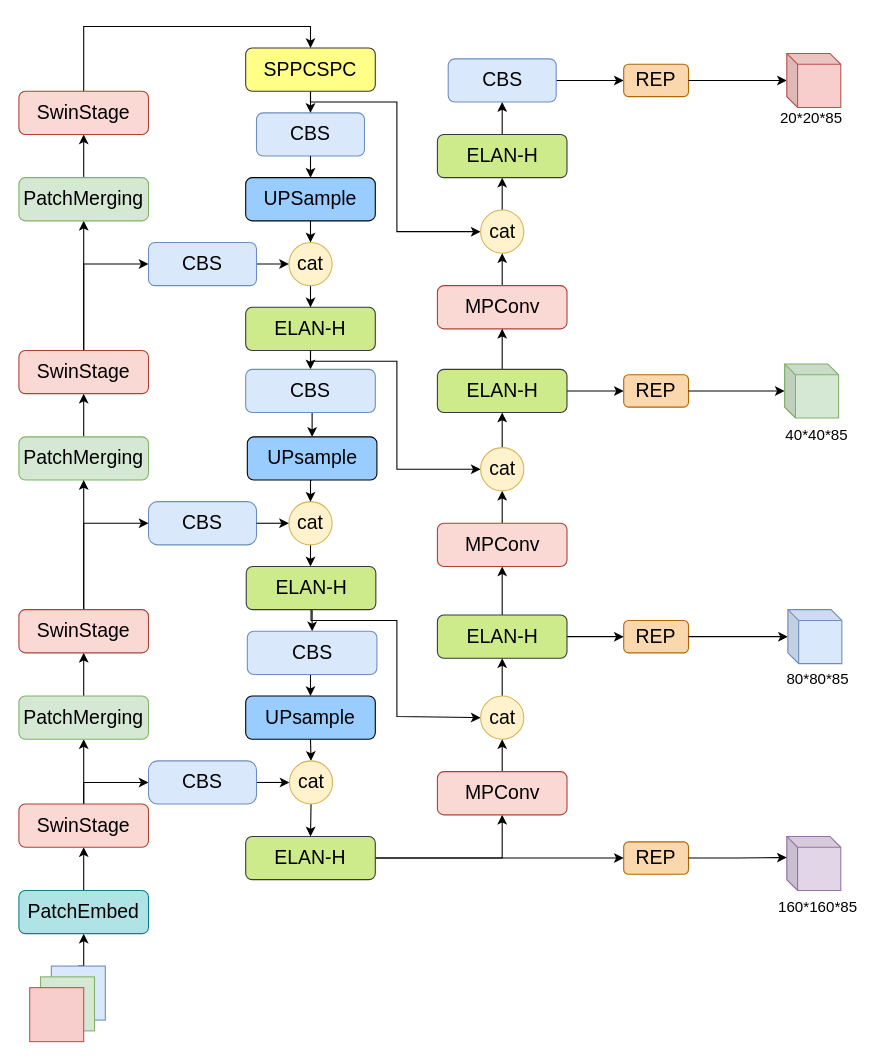
Above: yolov7_swin_fourhead.drawio in YANGJUNYAN0715/papers (draw.io), before the change. Source tidied: cells renumbered, new cells numbered last; positions are measured from the earlier drawing's top-left corner, leaving out a move shared by most shapes. Both pictures are drawn from the tidied source at 108%, with x=0, y=0 at pixel (18, 48).
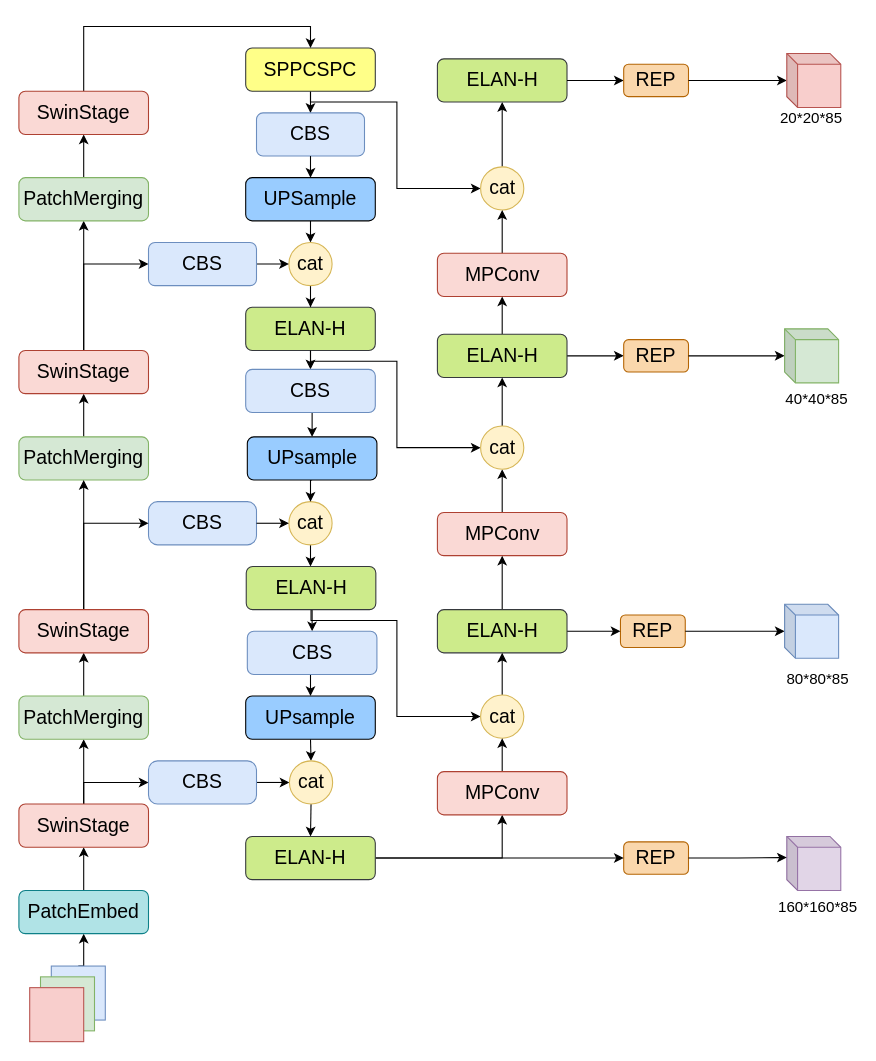
Above is the later version.

The change refers to these unchanged cells:
```xml
<mxCell id="22" value="&lt;font style=&quot;font-size: 18px;&quot;&gt;SPPCSPC&lt;/font&gt;" style="rounded=1;whiteSpace=wrap;html=1;fillColor=#ffff88;strokeColor=#36393d;" parent="1" vertex="1">
  <mxGeometry x="210" width="120" height="40" as="geometry" />
</mxCell>
<mxCell id="34" value="&lt;font style=&quot;font-size: 18px;&quot;&gt;ELAN-H&lt;/font&gt;" style="rounded=1;whiteSpace=wrap;html=1;fillColor=#cdeb8b;strokeColor=#36393d;" parent="1" vertex="1">
  <mxGeometry x="210" y="240" width="120" height="40" as="geometry" />
</mxCell>
<mxCell id="56" value="&lt;font style=&quot;font-size: 18px;&quot;&gt;REP&lt;/font&gt;" style="rounded=1;whiteSpace=wrap;html=1;fillColor=#fad7ac;strokeColor=#b46504;" parent="1" vertex="1">
  <mxGeometry x="560" y="15" width="60" height="30" as="geometry" />
</mxCell>
```

Diff of the diagram source:
```diff
@@
     <mxCell id="21" style="edgeStyle=orthogonalEdgeStyle;rounded=0;jettySize=auto;html=1;exitX=0.5;exitY=1;exitDx=0;exitDy=0;entryX=0;entryY=0.5;entryDx=0;entryDy=0;" parent="1" edge="1" source="22" target="42">
       <mxGeometry relative="1" as="geometry">
         <Array as="points">
           <mxPoint x="270" y="50" />
           <mxPoint x="350" y="50" />
-          <mxPoint x="350" y="170" />
+          <mxPoint x="350" y="130" />
         </Array>
       </mxGeometry>
     </mxCell>
@@
     <mxCell id="33" style="edgeStyle=orthogonalEdgeStyle;rounded=0;jettySize=auto;html=1;exitX=0.5;exitY=1;exitDx=0;exitDy=0;entryX=0;entryY=0.5;entryDx=0;entryDy=0;" parent="1" edge="1" source="34" target="51">
       <mxGeometry relative="1" as="geometry">
         <Array as="points">
           <mxPoint x="270" y="290" />
           <mxPoint x="350" y="290" />
-          <mxPoint x="350" y="390" />
+          <mxPoint x="350" y="370" />
         </Array>
       </mxGeometry>
     </mxCell>
@@
     <mxCell id="42" value="&lt;font style=&quot;font-size: 18px;&quot;&gt;cat&lt;/font&gt;" style="ellipse;whiteSpace=wrap;html=1;rounded=1;fillColor=#fff2cc;strokeColor=#d6b656;" parent="1" vertex="1">
-      <mxGeometry x="427.5" y="150" width="40" height="40" as="geometry" />
+      <mxGeometry x="427.5" y="110" width="40" height="40" as="geometry" />
     </mxCell>
@@
     <mxCell id="44" value="&lt;font style=&quot;font-size: 18px;&quot;&gt;MPConv&lt;/font&gt;" style="whiteSpace=wrap;html=1;rounded=1;fillColor=#fad9d5;strokeColor=#ae4132;" parent="1" vertex="1">
-      <mxGeometry x="387.5" y="220" width="120" height="40" as="geometry" />
+      <mxGeometry x="387.5" y="190" width="120" height="40" as="geometry" />
     </mxCell>
@@
     <mxCell id="47" value="&lt;font style=&quot;font-size: 18px;&quot;&gt;ELAN-H&lt;/font&gt;" style="whiteSpace=wrap;html=1;rounded=1;fillColor=#cdeb8b;strokeColor=#36393d;" parent="1" vertex="1">
-      <mxGeometry x="387.5" y="297.5" width="120" height="40" as="geometry" />
+      <mxGeometry x="387.5" y="265" width="120" height="40" as="geometry" />
     </mxCell>
@@
     <mxCell id="49" value="&lt;font style=&quot;font-size: 18px;&quot;&gt;MPConv&lt;/font&gt;" style="whiteSpace=wrap;html=1;rounded=1;fillColor=#fad9d5;strokeColor=#ae4132;" parent="1" vertex="1">
-      <mxGeometry x="387.5" y="440" width="120" height="40" as="geometry" />
+      <mxGeometry x="387.5" y="430" width="120" height="40" as="geometry" />
     </mxCell>
@@
     <mxCell id="51" value="&lt;font style=&quot;font-size: 18px;&quot;&gt;cat&lt;/font&gt;" style="ellipse;whiteSpace=wrap;html=1;rounded=1;fillColor=#fff2cc;strokeColor=#d6b656;" parent="1" vertex="1">
-      <mxGeometry x="427.5" y="370" width="40" height="40" as="geometry" />
+      <mxGeometry x="427.5" y="350" width="40" height="40" as="geometry" />
     </mxCell>
-    <mxCell id="52" style="edgeStyle=orthogonalEdgeStyle;rounded=0;jettySize=auto;html=1;exitX=0.5;exitY=0;exitDx=0;exitDy=0;entryX=0.5;entryY=1;entryDx=0;entryDy=0;" parent="1" edge="1" source="53" target="55">
-      <mxGeometry relative="1" as="geometry" />
-    </mxCell>
     <mxCell id="53" value="&lt;font style=&quot;font-size: 18px;&quot;&gt;ELAN-H&lt;/font&gt;" style="rounded=1;whiteSpace=wrap;html=1;fillColor=#cdeb8b;strokeColor=#36393d;" parent="1" vertex="1">
-      <mxGeometry x="387.5" y="80" width="120" height="40" as="geometry" />
+      <mxGeometry x="387.5" y="10" width="120" height="40" as="geometry" />
     </mxCell>
-    <mxCell id="54" style="edgeStyle=orthogonalEdgeStyle;rounded=0;jettySize=auto;html=1;exitX=1;exitY=0.5;exitDx=0;exitDy=0;entryX=0;entryY=0.5;entryDx=0;entryDy=0;" parent="1" edge="1" source="55" target="56">
+    <mxCell id="54" style="edgeStyle=orthogonalEdgeStyle;rounded=0;jettySize=auto;html=1;entryX=0;entryY=0.5;entryDx=0;entryDy=0;exitX=1;exitY=0.5;exitDx=0;exitDy=0;" parent="1" edge="1" source="53" target="56">
       <mxGeometry relative="1" as="geometry" />
     </mxCell>
-    <mxCell id="55" value="&lt;font style=&quot;font-size: 18px;&quot;&gt;CBS&lt;/font&gt;" style="rounded=1;whiteSpace=wrap;html=1;fillColor=#dae8fc;strokeColor=#6c8ebf;" parent="1" vertex="1">
-      <mxGeometry x="397.5" y="10" width="100" height="40" as="geometry" />
-    </mxCell>
@@
     <mxCell id="57" value="&lt;font style=&quot;font-size: 18px;&quot;&gt;REP&lt;/font&gt;" style="rounded=1;whiteSpace=wrap;html=1;fillColor=#fad7ac;strokeColor=#b46504;" parent="1" vertex="1">
-      <mxGeometry x="560" y="302.5" width="60" height="30" as="geometry" />
+      <mxGeometry x="560" y="270" width="60" height="30" as="geometry" />
     </mxCell>
     <mxCell id="58" value="&lt;font style=&quot;font-size: 18px;&quot;&gt;REP&lt;/font&gt;" style="rounded=1;whiteSpace=wrap;html=1;fillColor=#fad7ac;strokeColor=#b46504;" parent="1" vertex="1">
-      <mxGeometry x="560" y="530" width="60" height="30" as="geometry" />
+      <mxGeometry x="557" y="525" width="60" height="30" as="geometry" />
     </mxCell>
@@
     <mxCell id="63" style="shape=cube;whiteSpace=wrap;html=1;boundedLbl=1;backgroundOutline=1;darkOpacity=0.05;darkOpacity2=0.1;size=10;fillColor=#d5e8d4;strokeColor=#82b366;" parent="1" vertex="1">
-      <mxGeometry x="709" y="292.5" width="50" height="50" as="geometry" />
+      <mxGeometry x="709" y="260" width="50" height="50" as="geometry" />
     </mxCell>
     <mxCell id="64" style="shape=cube;whiteSpace=wrap;html=1;boundedLbl=1;backgroundOutline=1;darkOpacity=0.05;darkOpacity2=0.1;size=10;fillColor=#dae8fc;strokeColor=#6c8ebf;" parent="1" vertex="1">
-      <mxGeometry x="712" y="520" width="50" height="50" as="geometry" />
+      <mxGeometry x="709" y="515" width="50" height="50" as="geometry" />
     </mxCell>
@@
     <mxCell id="69" value="&lt;font style=&quot;font-size: 14px;&quot;&gt;40*40*85&lt;/font&gt;" style="text;html=1;strokeColor=none;fillColor=none;align=center;verticalAlign=middle;whiteSpace=wrap;rounded=0;strokeWidth=1;fontSize=12;" parent="1" vertex="1">
-      <mxGeometry x="711" y="342.5" width="56" height="30" as="geometry" />
+      <mxGeometry x="711" y="310" width="56" height="30" as="geometry" />
     </mxCell>
@@
     <mxCell id="87" value="&lt;font style=&quot;font-size: 18px;&quot;&gt;ELAN-H&lt;/font&gt;" style="whiteSpace=wrap;html=1;rounded=1;fillColor=#cdeb8b;strokeColor=#36393d;" parent="1" vertex="1">
-      <mxGeometry x="387.5" y="525" width="120" height="40" as="geometry" />
+      <mxGeometry x="387.5" y="520" width="120" height="40" as="geometry" />
     </mxCell>
@@
     <mxCell id="92" value="&lt;font style=&quot;font-size: 18px;&quot;&gt;cat&lt;/font&gt;" style="ellipse;whiteSpace=wrap;html=1;rounded=1;fillColor=#fff2cc;strokeColor=#d6b656;" parent="1" vertex="1">
-      <mxGeometry x="427.5" y="600" width="40" height="40" as="geometry" />
+      <mxGeometry x="427.5" y="599" width="40" height="40" as="geometry" />
     </mxCell>
```
